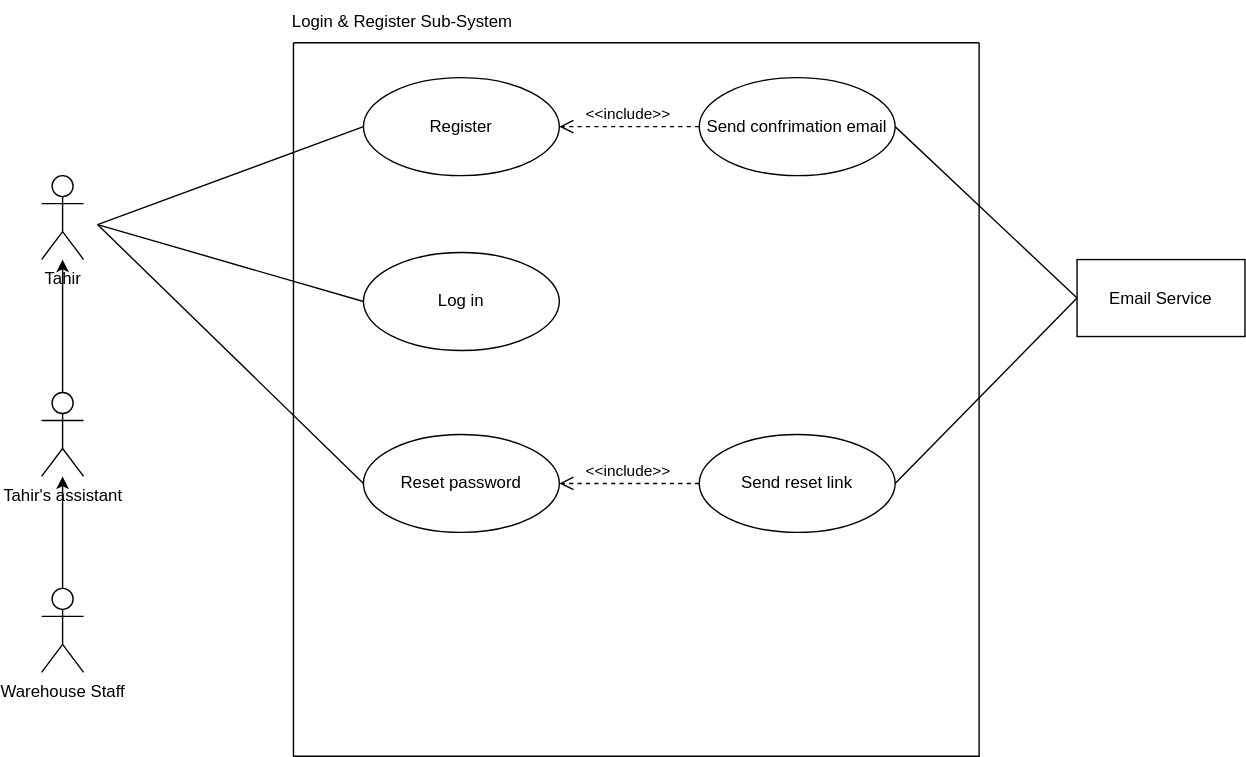
The draw.io diagram Login Register.svg in Simamkele88/IFM3_GP, before a commit. Source tidied: cells renumbered, new cells last; positions are measured from the earlier drawing's top-left corner, leaving out a move shared by most shapes.
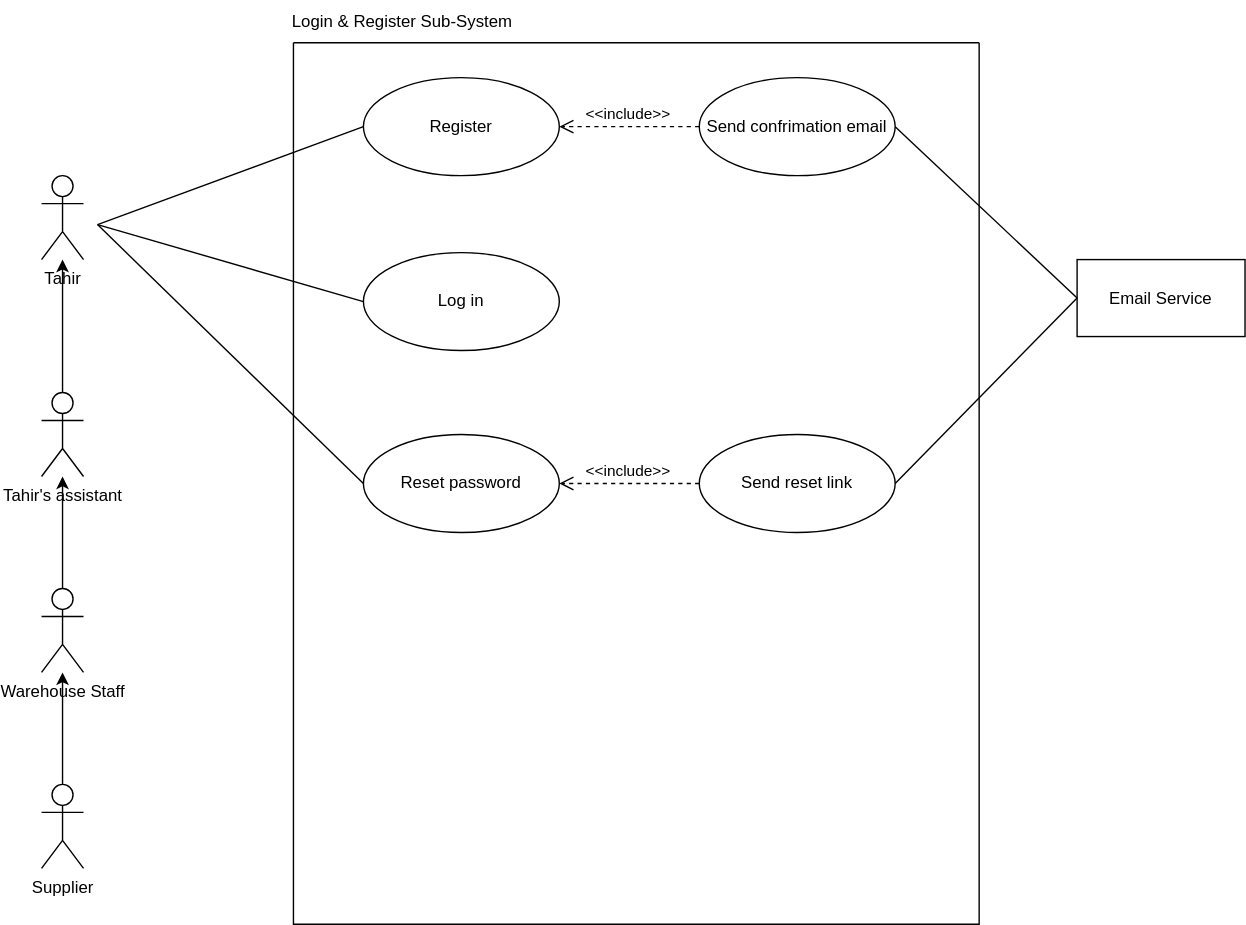
Above is the later version.

What changed in the source:
```diff
@@ -6,7 +6,7 @@
       <mxGeometry y="280" width="30" height="60" as="geometry" />
     </mxCell>
     <mxCell id="3" style="swimlane;startSize=0;" parent="1" vertex="1">
-      <mxGeometry x="180" y="30" width="490" height="510" as="geometry" />
+      <mxGeometry x="180" y="30" width="490" height="630" as="geometry" />
     </mxCell>
     <mxCell id="4" value="Log in" style="ellipse;whiteSpace=wrap;html=1;strokeColor=default;align=center;verticalAlign=middle;fontFamily=Helvetica;fontSize=12;fontColor=default;fillColor=default;" parent="3" vertex="1">
       <mxGeometry x="50" y="150" width="140" height="70" as="geometry" />
@@ -68,5 +68,11 @@
     <mxCell id="21" style="endArrow=none;html=1;rounded=0;exitX=1;exitY=0.5;exitDx=0;exitDy=0;entryX=0;entryY=0.5;entryDx=0;entryDy=0;" parent="1" edge="1" source="7" target="19">
       <mxGeometry relative="1" as="geometry" />
     </mxCell>
+    <mxCell id="22" style="edgeStyle=orthogonalEdgeStyle;rounded=0;jettySize=auto;html=1;" parent="1" edge="1" source="23" target="13">
+      <mxGeometry relative="1" as="geometry" />
+    </mxCell>
+    <mxCell id="23" value="Supplier" style="shape=umlActor;verticalLabelPosition=bottom;verticalAlign=top;html=1;outlineConnect=0;" parent="1" vertex="1">
+      <mxGeometry y="560" width="30" height="60" as="geometry" />
+    </mxCell>
   </root>
 </mxGraphModel>
```
